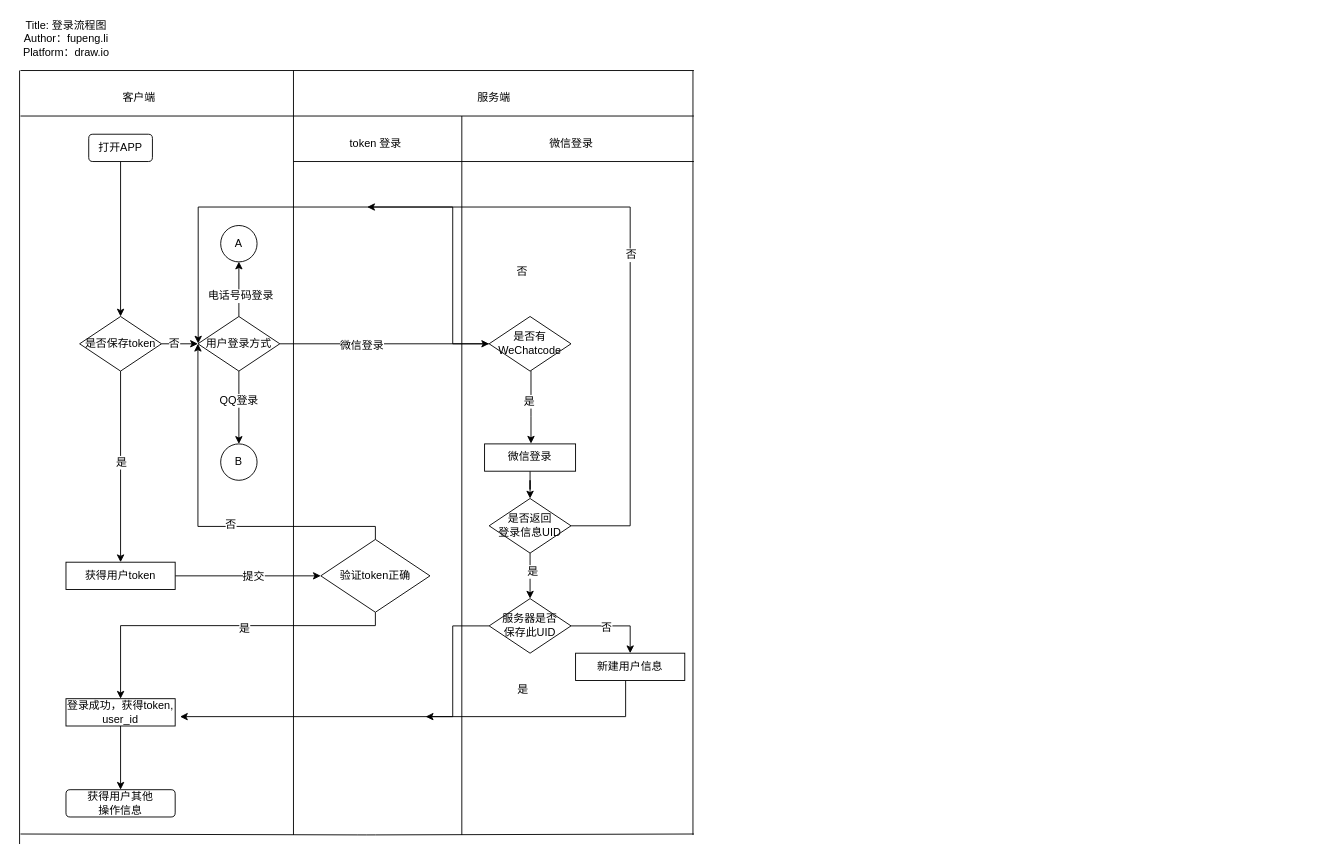
Earlier version of the draw.io diagram 登录.drawio (LiErhua/draw.io). Source tidied: cells renumbered, new cells numbered last; positions are measured from the earlier drawing's top-left corner, leaving out a move shared by most shapes. Both pictures are drawn from the tidied source at 91%, with x=0, y=0 at pixel (15, 15).
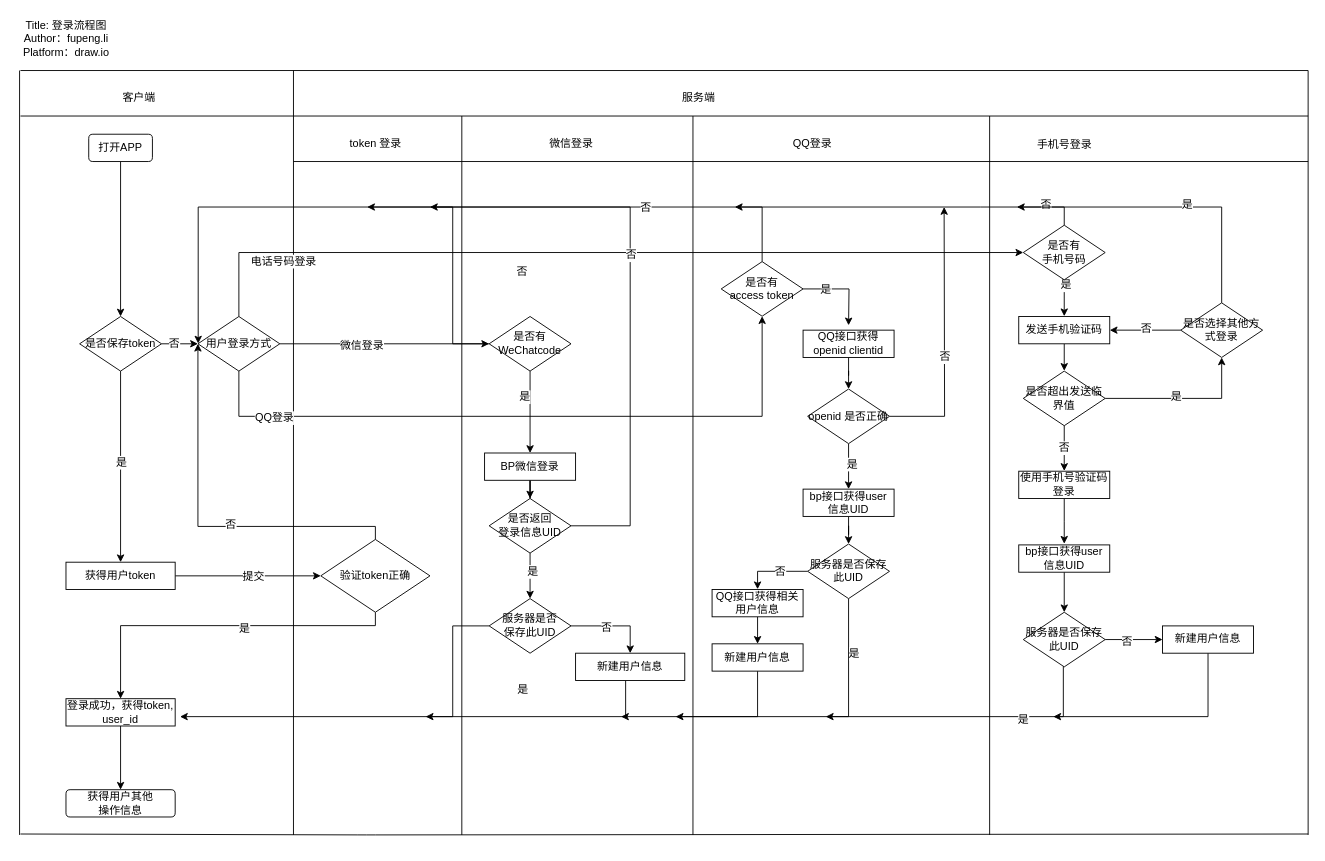
The same page after the edit.

Unchanged cells that the change refers to:
```xml
<mxCell id="20" value="用户登录方式" style="rhombus;whiteSpace=wrap;html=1;" parent="1" vertex="1">
  <mxGeometry x="200" y="330.3" width="90" height="60" as="geometry" />
</mxCell>
<mxCell id="25" value="是否有WeChatcode" style="rhombus;whiteSpace=wrap;html=1;" parent="1" vertex="1">
  <mxGeometry x="520" y="330.3" width="90" height="60" as="geometry" />
</mxCell>
```

Diff of the diagram source:
```diff
@@
     <mxCell id="2" style="endArrow=none;html=1;" parent="1" edge="1">
       <mxGeometry relative="1" as="geometry">
         <mxPoint x="5" y="60" as="sourcePoint" />
-        <mxPoint x="745" y="60" as="targetPoint" />
+        <mxPoint x="1420" y="60" as="targetPoint" />
       </mxGeometry>
     </mxCell>
     <mxCell id="3" style="endArrow=none;html=1;" parent="1" edge="1">
       <mxGeometry relative="1" as="geometry">
         <mxPoint x="5" y="899" as="sourcePoint" />
-        <mxPoint x="745" y="899" as="targetPoint" />
+        <mxPoint x="1420" y="899" as="targetPoint" />
         <Array as="points">
           <mxPoint x="385" y="900" />
         </Array>
       </mxGeometry>
     </mxCell>
     <mxCell id="4" style="endArrow=none;html=1;" parent="1" edge="1">
       <mxGeometry relative="1" as="geometry">
-        <mxPoint x="4" y="910" as="sourcePoint" />
+        <mxPoint x="4" y="900" as="sourcePoint" />
         <mxPoint x="4" y="60" as="targetPoint" />
       </mxGeometry>
     </mxCell>
@@
     <mxCell id="6" style="endArrow=none;html=1;" parent="1" edge="1">
       <mxGeometry relative="1" as="geometry">
         <mxPoint x="744" y="900" as="sourcePoint" />
-        <mxPoint x="744" y="60" as="targetPoint" />
+        <mxPoint x="744" y="110" as="targetPoint" />
       </mxGeometry>
     </mxCell>
@@
-    <mxCell id="14" style="edgeStyle=orthogonalEdgeStyle;rounded=0;jettySize=auto;html=1;" parent="1" edge="1" source="20">
+    <mxCell id="14" style="edgeStyle=orthogonalEdgeStyle;rounded=0;jettySize=auto;html=1;entryX=0;entryY=0.5;entryDx=0;entryDy=0;" parent="1" edge="1" source="20" target="95">
       <mxGeometry relative="1" as="geometry">
-        <mxPoint x="245" y="270" as="targetPoint" />
+        <Array as="points">
+          <mxPoint x="245" y="260" />
+        </Array>
       </mxGeometry>
     </mxCell>
     <mxCell id="15" value="电话号码登录" style="text;html=1;align=center;verticalAlign=middle;labelBackgroundColor=#ffffff;" parent="14" vertex="1">
-      <mxGeometry x="-0.23" y="-1" relative="1" as="geometry" />
+      <mxGeometry x="-0.23" y="-1" relative="1" as="geometry">
+        <mxPoint x="-239.8" y="8.7" as="offset" />
+      </mxGeometry>
     </mxCell>
@@
-    <mxCell id="18" style="edgeStyle=orthogonalEdgeStyle;rounded=0;jettySize=auto;html=1;" parent="1" edge="1" source="20">
-      <mxGeometry relative="1" as="geometry">
-        <mxPoint x="245" y="470.3" as="targetPoint" />
-      </mxGeometry>
-    </mxCell>
-    <mxCell id="19" value="QQ登录" style="text;html=1;align=center;verticalAlign=middle;labelBackgroundColor=#ffffff;" parent="18" vertex="1">
-      <mxGeometry x="-0.2" y="-1" relative="1" as="geometry" />
-    </mxCell>
@@
-    <mxCell id="21" style="edgeStyle=orthogonalEdgeStyle;rounded=0;jettySize=auto;html=1;" parent="1" edge="1" source="25">
-      <mxGeometry relative="1" as="geometry">
-        <mxPoint x="566" y="470" as="targetPoint" />
-        <Array as="points">
-          <mxPoint x="566" y="440" />
-          <mxPoint x="566" y="440" />
-        </Array>
-      </mxGeometry>
-    </mxCell>
-    <mxCell id="22" value="是" style="text;html=1;align=center;verticalAlign=middle;labelBackgroundColor=#ffffff;" parent="21" vertex="1">
-      <mxGeometry x="-0.15" y="-3" relative="1" as="geometry" />
-    </mxCell>
@@
-    <mxCell id="27" value="微信登录" style="rounded=0;whiteSpace=wrap;html=1;" parent="1" vertex="1">
-      <mxGeometry x="515" y="470.3" width="100" height="30" as="geometry" />
-    </mxCell>
@@
-    <mxCell id="51" value="A" style="ellipse;whiteSpace=wrap;html=1;" parent="1" vertex="1">
-      <mxGeometry x="225" y="230.3" width="40" height="40" as="geometry" />
-    </mxCell>
-    <mxCell id="52" value="B" style="ellipse;whiteSpace=wrap;html=1;" parent="1" vertex="1">
-      <mxGeometry x="225" y="470.3" width="40" height="40" as="geometry" />
-    </mxCell>
     <mxCell id="53" style="endArrow=none;html=1;" parent="1" edge="1">
       <mxGeometry relative="1" as="geometry">
         <mxPoint x="5" y="110" as="sourcePoint" />
-        <mxPoint x="745" y="110" as="targetPoint" />
+        <mxPoint x="1420" y="110" as="targetPoint" />
       </mxGeometry>
     </mxCell>
@@
     <mxCell id="55" value="服务端" style="text;html=1;align=center;verticalAlign=middle;" parent="1" vertex="1">
-      <mxGeometry x="500" y="80" width="50" height="20" as="geometry" />
+      <mxGeometry x="725" y="80" width="50" height="20" as="geometry" />
     </mxCell>
@@
     <mxCell id="57" style="endArrow=none;html=1;" parent="1" edge="1">
       <mxGeometry relative="1" as="geometry">
         <mxPoint x="305" y="160" as="sourcePoint" />
-        <mxPoint x="745" y="160" as="targetPoint" />
+        <mxPoint x="1420" y="160" as="targetPoint" />
       </mxGeometry>
     </mxCell>
@@
+    <mxCell id="61" style="endArrow=none;html=1;" parent="1" edge="1">
+      <mxGeometry relative="1" as="geometry">
+        <mxPoint x="1070" y="900" as="sourcePoint" />
+        <mxPoint x="1070" y="110" as="targetPoint" />
+      </mxGeometry>
+    </mxCell>
+    <mxCell id="62" value="QQ登录" style="text;html=1;align=center;verticalAlign=middle;" parent="1" vertex="1">
+      <mxGeometry x="845" y="130" width="60" height="20" as="geometry" />
+    </mxCell>
+    <mxCell id="27" value="BP微信登录" style="rounded=0;whiteSpace=wrap;html=1;" parent="1" vertex="1">
+      <mxGeometry x="515" y="480.3" width="100" height="30" as="geometry" />
+    </mxCell>
+    <mxCell id="63" style="edgeStyle=orthogonalEdgeStyle;rounded=0;jettySize=auto;html=1;" parent="1" edge="1" source="25" target="27">
+      <mxGeometry relative="1" as="geometry" />
+    </mxCell>
+    <mxCell id="64" value="是" style="text;html=1;align=center;verticalAlign=middle;labelBackgroundColor=#ffffff;" parent="63" vertex="1">
+      <mxGeometry x="-0.15" y="-3" relative="1" as="geometry">
+        <mxPoint x="-3.3" y="-9.4" as="offset" />
+      </mxGeometry>
+    </mxCell>
+    <mxCell id="65" style="edgeStyle=orthogonalEdgeStyle;rounded=0;jettySize=auto;html=1;entryX=0.5;entryY=1;entryDx=0;entryDy=0;" parent="1" edge="1" source="20" target="70">
+      <mxGeometry relative="1" as="geometry">
+        <Array as="points">
+          <mxPoint x="245" y="440" />
+          <mxPoint x="820" y="440" />
+        </Array>
+      </mxGeometry>
+    </mxCell>
+    <mxCell id="19" value="QQ登录" style="text;html=1;align=center;verticalAlign=middle;labelBackgroundColor=#ffffff;" parent="65" vertex="1">
+      <mxGeometry x="-0.2" y="-1" relative="1" as="geometry">
+        <mxPoint x="-206.1" as="offset" />
+      </mxGeometry>
+    </mxCell>
+    <mxCell id="66" style="edgeStyle=orthogonalEdgeStyle;rounded=0;jettySize=auto;html=1;" parent="1" edge="1" source="70">
+      <mxGeometry relative="1" as="geometry">
+        <mxPoint x="455" y="210" as="targetPoint" />
+        <Array as="points">
+          <mxPoint x="820" y="210" />
+        </Array>
+      </mxGeometry>
+    </mxCell>
+    <mxCell id="67" value="否" style="text;html=1;align=center;verticalAlign=middle;labelBackgroundColor=#ffffff;" parent="66" vertex="1">
+      <mxGeometry x="-0.14" relative="1" as="geometry">
+        <mxPoint x="-5.8" as="offset" />
+      </mxGeometry>
+    </mxCell>
+    <mxCell id="68" style="edgeStyle=orthogonalEdgeStyle;rounded=0;jettySize=auto;html=1;" parent="1" edge="1" source="70">
+      <mxGeometry relative="1" as="geometry">
+        <mxPoint x="915" y="340" as="targetPoint" />
+      </mxGeometry>
+    </mxCell>
+    <mxCell id="69" value="是" style="text;html=1;align=center;verticalAlign=middle;labelBackgroundColor=#ffffff;" parent="68" vertex="1">
+      <mxGeometry x="-0.34" relative="1" as="geometry">
+        <mxPoint x="-5.9" as="offset" />
+      </mxGeometry>
+    </mxCell>
+    <mxCell id="70" value="是否有&lt;br&gt;access token" style="rhombus;whiteSpace=wrap;html=1;" parent="1" vertex="1">
+      <mxGeometry x="775" y="270" width="90" height="60" as="geometry" />
+    </mxCell>
+    <mxCell id="71" style="edgeStyle=orthogonalEdgeStyle;rounded=0;jettySize=auto;html=1;" parent="1" edge="1" source="72" target="77">
+      <mxGeometry relative="1" as="geometry" />
+    </mxCell>
+    <mxCell id="72" value="QQ接口获得openid clientid" style="rounded=0;whiteSpace=wrap;html=1;" parent="1" vertex="1">
+      <mxGeometry x="865" y="345.3" width="100" height="30" as="geometry" />
+    </mxCell>
+    <mxCell id="73" style="edgeStyle=orthogonalEdgeStyle;rounded=0;jettySize=auto;html=1;" parent="1" edge="1" source="77">
+      <mxGeometry relative="1" as="geometry">
+        <mxPoint x="915" y="520" as="targetPoint" />
+      </mxGeometry>
+    </mxCell>
+    <mxCell id="74" value="是" style="text;html=1;align=center;verticalAlign=middle;labelBackgroundColor=#ffffff;" parent="73" vertex="1">
+      <mxGeometry x="-0.14" y="3" relative="1" as="geometry" />
+    </mxCell>
+    <mxCell id="75" style="edgeStyle=orthogonalEdgeStyle;rounded=0;jettySize=auto;html=1;" parent="1" edge="1" source="77">
+      <mxGeometry relative="1" as="geometry">
+        <mxPoint x="1020" y="210" as="targetPoint" />
+      </mxGeometry>
+    </mxCell>
+    <mxCell id="76" value="否" style="text;html=1;align=center;verticalAlign=middle;labelBackgroundColor=#ffffff;" parent="75" vertex="1">
+      <mxGeometry x="-0.13" relative="1" as="geometry" />
+    </mxCell>
+    <mxCell id="77" value="openid 是否正确" style="rhombus;whiteSpace=wrap;html=1;" parent="1" vertex="1">
+      <mxGeometry x="870" y="410" width="90" height="60" as="geometry" />
+    </mxCell>
+    <mxCell id="78" style="edgeStyle=orthogonalEdgeStyle;rounded=0;jettySize=auto;html=1;" parent="1" edge="1" source="79">
+      <mxGeometry relative="1" as="geometry">
+        <mxPoint x="815" y="690" as="targetPoint" />
+      </mxGeometry>
+    </mxCell>
+    <mxCell id="79" value="QQ接口获得相关用户信息" style="rounded=0;whiteSpace=wrap;html=1;" parent="1" vertex="1">
+      <mxGeometry x="765" y="630.3" width="100" height="30" as="geometry" />
+    </mxCell>
+    <mxCell id="80" style="edgeStyle=orthogonalEdgeStyle;rounded=0;jettySize=auto;html=1;" parent="1" edge="1" source="81" target="86">
+      <mxGeometry relative="1" as="geometry" />
+    </mxCell>
+    <mxCell id="81" value="bp接口获得user 信息UID" style="rounded=0;whiteSpace=wrap;html=1;" parent="1" vertex="1">
+      <mxGeometry x="865" y="520" width="100" height="30" as="geometry" />
+    </mxCell>
+    <mxCell id="82" style="edgeStyle=orthogonalEdgeStyle;rounded=0;jettySize=auto;html=1;" parent="1" edge="1" source="86">
+      <mxGeometry relative="1" as="geometry">
+        <mxPoint x="815" y="630" as="targetPoint" />
+        <Array as="points">
+          <mxPoint x="815" y="610" />
+        </Array>
+      </mxGeometry>
+    </mxCell>
+    <mxCell id="83" value="否" style="text;html=1;align=center;verticalAlign=middle;labelBackgroundColor=#ffffff;" parent="82" vertex="1">
+      <mxGeometry x="-0.17" relative="1" as="geometry" />
+    </mxCell>
+    <mxCell id="84" style="edgeStyle=orthogonalEdgeStyle;rounded=0;jettySize=auto;html=1;" parent="1" edge="1" source="86">
+      <mxGeometry relative="1" as="geometry">
+        <mxPoint x="665" y="770" as="targetPoint" />
+        <Array as="points">
+          <mxPoint x="915" y="770" />
+        </Array>
+      </mxGeometry>
+    </mxCell>
+    <mxCell id="85" value="是" style="text;html=1;align=center;verticalAlign=middle;labelBackgroundColor=#ffffff;" parent="84" vertex="1">
+      <mxGeometry x="-0.31" relative="1" as="geometry">
+        <mxPoint x="6.8" y="-70" as="offset" />
+      </mxGeometry>
+    </mxCell>
+    <mxCell id="86" value="服务器是否保存此UID" style="rhombus;whiteSpace=wrap;html=1;" parent="1" vertex="1">
+      <mxGeometry x="870" y="580.3" width="90" height="60" as="geometry" />
+    </mxCell>
+    <mxCell id="87" style="edgeStyle=orthogonalEdgeStyle;rounded=0;jettySize=auto;html=1;" parent="1" edge="1" source="88">
+      <mxGeometry relative="1" as="geometry">
+        <mxPoint x="725" y="770" as="targetPoint" />
+        <Array as="points">
+          <mxPoint x="815" y="770" />
+        </Array>
+      </mxGeometry>
+    </mxCell>
+    <mxCell id="88" value="新建用户信息" style="rounded=0;whiteSpace=wrap;html=1;" parent="1" vertex="1">
+      <mxGeometry x="765" y="690" width="100" height="30" as="geometry" />
+    </mxCell>
+    <mxCell id="89" style="endArrow=none;html=1;" parent="1" edge="1">
+      <mxGeometry relative="1" as="geometry">
+        <mxPoint x="1420" y="900" as="sourcePoint" />
+        <mxPoint x="1420" y="60" as="targetPoint" />
+      </mxGeometry>
+    </mxCell>
+    <mxCell id="90" value="手机号登录" style="text;html=1;align=center;verticalAlign=middle;" parent="1" vertex="1">
+      <mxGeometry x="1112" y="132" width="80" height="20" as="geometry" />
+    </mxCell>
+    <mxCell id="91" style="edgeStyle=orthogonalEdgeStyle;rounded=0;jettySize=auto;html=1;" parent="1" edge="1" source="95">
+      <mxGeometry relative="1" as="geometry">
+        <mxPoint x="790" y="210" as="targetPoint" />
+        <Array as="points">
+          <mxPoint x="1060" y="210" />
+          <mxPoint x="1060" y="210" />
+        </Array>
+      </mxGeometry>
+    </mxCell>
+    <mxCell id="92" value="否" style="text;html=1;align=center;verticalAlign=middle;labelBackgroundColor=#ffffff;" parent="91" vertex="1">
+      <mxGeometry x="-0.26" y="-3" relative="1" as="geometry">
+        <mxPoint x="100.2" as="offset" />
+      </mxGeometry>
+    </mxCell>
+    <mxCell id="93" style="edgeStyle=orthogonalEdgeStyle;rounded=0;jettySize=auto;html=1;" parent="1" edge="1" source="95">
+      <mxGeometry relative="1" as="geometry">
+        <mxPoint x="1152" y="330" as="targetPoint" />
+      </mxGeometry>
+    </mxCell>
+    <mxCell id="94" value="是" style="text;html=1;align=center;verticalAlign=middle;labelBackgroundColor=#ffffff;" parent="93" vertex="1">
+      <mxGeometry x="-0.74" y="1" relative="1" as="geometry" />
+    </mxCell>
+    <mxCell id="95" value="是否有&lt;br&gt;手机号码" style="rhombus;whiteSpace=wrap;html=1;" parent="1" vertex="1">
+      <mxGeometry x="1107" y="230" width="90" height="60" as="geometry" />
+    </mxCell>
+    <mxCell id="96" style="edgeStyle=orthogonalEdgeStyle;rounded=0;jettySize=auto;html=1;" parent="1" edge="1" source="97">
+      <mxGeometry relative="1" as="geometry">
+        <mxPoint x="1152" y="390" as="targetPoint" />
+      </mxGeometry>
+    </mxCell>
+    <mxCell id="97" value="发送手机验证码" style="rounded=0;whiteSpace=wrap;html=1;" parent="1" vertex="1">
+      <mxGeometry x="1102" y="330.3" width="100" height="30" as="geometry" />
+    </mxCell>
+    <mxCell id="98" style="edgeStyle=orthogonalEdgeStyle;rounded=0;jettySize=auto;html=1;entryX=0.5;entryY=1;entryDx=0;entryDy=0;" parent="1" edge="1" source="102" target="107">
+      <mxGeometry relative="1" as="geometry">
+        <Array as="points">
+          <mxPoint x="1325" y="420" />
+        </Array>
+      </mxGeometry>
+    </mxCell>
+    <mxCell id="99" value="是" style="text;html=1;align=center;verticalAlign=middle;labelBackgroundColor=#ffffff;" parent="98" vertex="1">
+      <mxGeometry x="-0.1" y="2" relative="1" as="geometry">
+        <mxPoint x="-1" as="offset" />
+      </mxGeometry>
+    </mxCell>
+    <mxCell id="100" style="edgeStyle=orthogonalEdgeStyle;rounded=0;jettySize=auto;html=1;" parent="1" edge="1" source="102">
+      <mxGeometry relative="1" as="geometry">
+        <mxPoint x="1152" y="500" as="targetPoint" />
+      </mxGeometry>
+    </mxCell>
+    <mxCell id="101" value="否" style="text;html=1;align=center;verticalAlign=middle;labelBackgroundColor=#ffffff;" parent="100" vertex="1">
+      <mxGeometry y="-1" relative="1" as="geometry" />
+    </mxCell>
+    <mxCell id="102" value="是否超出发送临界值" style="rhombus;whiteSpace=wrap;html=1;" parent="1" vertex="1">
+      <mxGeometry x="1107" y="390.3" width="90" height="60" as="geometry" />
+    </mxCell>
+    <mxCell id="103" style="edgeStyle=orthogonalEdgeStyle;rounded=0;jettySize=auto;html=1;" parent="1" edge="1" source="107">
+      <mxGeometry relative="1" as="geometry">
+        <mxPoint x="1100" y="210" as="targetPoint" />
+        <Array as="points">
+          <mxPoint x="1325" y="210" />
+        </Array>
+      </mxGeometry>
+    </mxCell>
+    <mxCell id="104" value="是" style="text;html=1;align=center;verticalAlign=middle;labelBackgroundColor=#ffffff;" parent="103" vertex="1">
+      <mxGeometry x="-0.13" y="-3" relative="1" as="geometry" />
+    </mxCell>
+    <mxCell id="105" style="edgeStyle=orthogonalEdgeStyle;rounded=0;jettySize=auto;html=1;" parent="1" edge="1" source="107" target="97">
+      <mxGeometry relative="1" as="geometry" />
+    </mxCell>
+    <mxCell id="106" value="否" style="text;html=1;align=center;verticalAlign=middle;labelBackgroundColor=#ffffff;" parent="105" vertex="1">
+      <mxGeometry x="-0.01" y="-2" relative="1" as="geometry" />
+    </mxCell>
+    <mxCell id="107" value="是否选择其他方式登录" style="rhombus;whiteSpace=wrap;html=1;" parent="1" vertex="1">
+      <mxGeometry x="1280" y="315.3" width="90" height="60" as="geometry" />
+    </mxCell>
+    <mxCell id="108" style="edgeStyle=orthogonalEdgeStyle;rounded=0;jettySize=auto;html=1;" parent="1" edge="1" source="109">
+      <mxGeometry relative="1" as="geometry">
+        <mxPoint x="1152" y="580" as="targetPoint" />
+      </mxGeometry>
+    </mxCell>
+    <mxCell id="109" value="使用手机号验证码登录" style="rounded=0;whiteSpace=wrap;html=1;" parent="1" vertex="1">
+      <mxGeometry x="1102" y="500.3" width="100" height="30" as="geometry" />
+    </mxCell>
+    <mxCell id="110" style="edgeStyle=orthogonalEdgeStyle;rounded=0;jettySize=auto;html=1;" parent="1" edge="1" source="111" target="116">
+      <mxGeometry relative="1" as="geometry" />
+    </mxCell>
+    <mxCell id="111" value="bp接口获得user 信息UID" style="rounded=0;whiteSpace=wrap;html=1;" parent="1" vertex="1">
+      <mxGeometry x="1102" y="581.3" width="100" height="30" as="geometry" />
+    </mxCell>
+    <mxCell id="112" style="edgeStyle=orthogonalEdgeStyle;rounded=0;jettySize=auto;html=1;" parent="1" edge="1" source="116" target="118">
+      <mxGeometry relative="1" as="geometry" />
+    </mxCell>
+    <mxCell id="113" value="否" style="text;html=1;align=center;verticalAlign=middle;labelBackgroundColor=#ffffff;" parent="112" vertex="1">
+      <mxGeometry x="-0.23" y="-2" relative="1" as="geometry">
+        <mxPoint x="-1" as="offset" />
+      </mxGeometry>
+    </mxCell>
+    <mxCell id="114" style="edgeStyle=orthogonalEdgeStyle;rounded=0;jettySize=auto;html=1;" parent="1" edge="1" source="116">
+      <mxGeometry relative="1" as="geometry">
+        <mxPoint x="890" y="770" as="targetPoint" />
+        <Array as="points">
+          <mxPoint x="1151" y="770" />
+        </Array>
+      </mxGeometry>
+    </mxCell>
+    <mxCell id="115" value="是" style="text;html=1;align=center;verticalAlign=middle;labelBackgroundColor=#ffffff;" parent="114" vertex="1">
+      <mxGeometry x="-0.37" y="3" relative="1" as="geometry" />
+    </mxCell>
+    <mxCell id="116" value="服务器是否保存此UID" style="rhombus;whiteSpace=wrap;html=1;" parent="1" vertex="1">
+      <mxGeometry x="1107" y="655.3" width="90" height="60" as="geometry" />
+    </mxCell>
+    <mxCell id="117" style="edgeStyle=orthogonalEdgeStyle;rounded=0;jettySize=auto;html=1;" parent="1" edge="1" source="118">
+      <mxGeometry relative="1" as="geometry">
+        <mxPoint x="1140" y="770" as="targetPoint" />
+        <Array as="points">
+          <mxPoint x="1310" y="770" />
+        </Array>
+      </mxGeometry>
+    </mxCell>
+    <mxCell id="118" value="新建用户信息" style="rounded=0;whiteSpace=wrap;html=1;" parent="1" vertex="1">
+      <mxGeometry x="1260" y="670.3" width="100" height="30" as="geometry" />
+    </mxCell>
```
